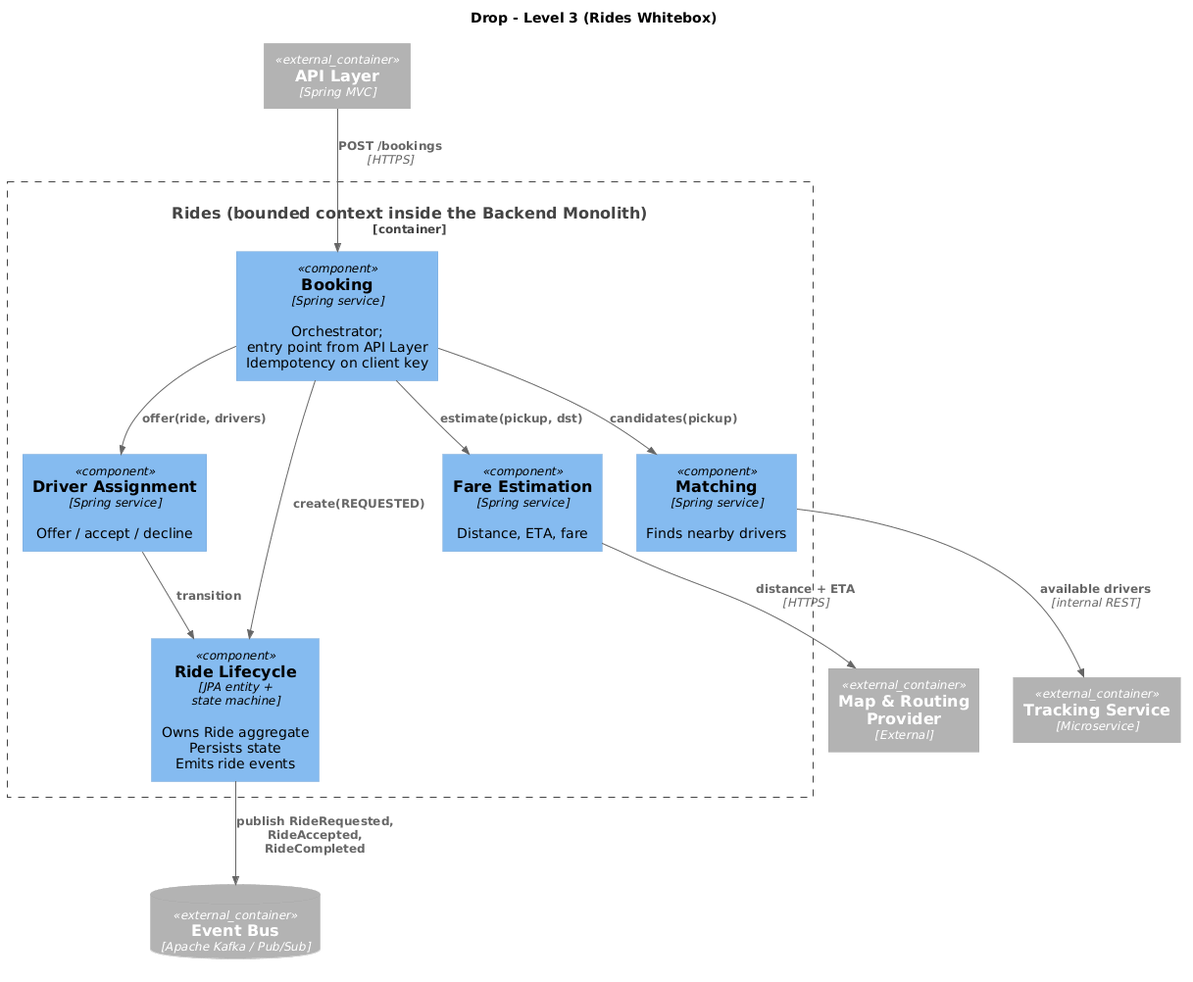
The PlantUML diagram EN/images/05_level3_rides.png in erionpolisi/rideshare-drop_arc42, before a commit.
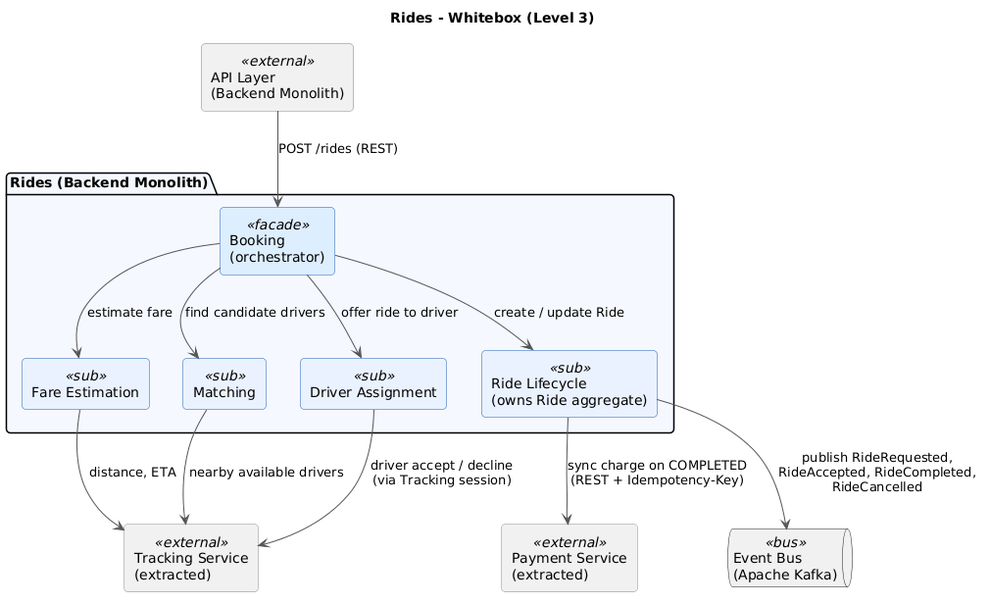
Later version of the same file.

Diff of the diagram source:
```diff
@@ -1,28 +1,49 @@
 @startuml
-!include https://raw.githubusercontent.com/plantuml-stdlib/C4-PlantUML/master/C4_Component.puml
+title Rides - Whitebox (Level 3)
 
-title Drop - Level 3 (Rides Whitebox)
-
-Container_Boundary(rides, "Rides (bounded context inside the Backend Monolith)") {
-  Component(booking,    "Booking",          "Spring service",   "Orchestrator;\nentry point from API Layer\nIdempotency on client key")
-  Component(fare,       "Fare Estimation",  "Spring service",   "Distance, ETA, fare")
-  Component(matching,   "Matching",         "Spring service",   "Finds nearby drivers")
-  Component(assignment, "Driver Assignment","Spring service",   "Offer / accept / decline")
-  Component(lifecycle,  "Ride Lifecycle",   "JPA entity +\nstate machine", "Owns Ride aggregate\nPersists state\nEmits ride events")
+skinparam shadowing false
+skinparam roundcorner 8
+skinparam componentStyle rectangle
+skinparam defaultFontName Helvetica
+skinparam ArrowColor #555555
+skinparam component {
+  BackgroundColor<<sub>>      #EAF2FF
+  BorderColor<<sub>>          #1F5FB2
+  BackgroundColor<<facade>>   #DDEEFF
+  BorderColor<<facade>>       #1F5FB2
+  BackgroundColor<<bus>>      #FFF4D6
+  BorderColor<<bus>>          #B58A00
+  BackgroundColor<<external>> #F1F1F1
+  BorderColor<<external>>     #888888
 }
 
-Container_Ext(api,      "API Layer",                "Spring MVC")
-Container_Ext(maps,     "Map & Routing Provider",   "External")
-Container_Ext(tracking, "Tracking Service",         "Microservice")
-ContainerDb_Ext(bus,    "Event Bus",                "Apache Kafka / Pub/Sub")
+component "API Layer\n(Backend Monolith)" as API <<external>>
+component "Tracking Service\n(extracted)" as TS  <<external>>
+component "Payment Service\n(extracted)"  as PS  <<external>>
+queue     "Event Bus\n(Apache Kafka)"     as EB  <<bus>>
 
-Rel(api,        booking,    "POST /bookings",        "HTTPS")
-Rel(booking,    fare,       "estimate(pickup, dst)")
-Rel(fare,       maps,       "distance + ETA",        "HTTPS")
-Rel(booking,    matching,   "candidates(pickup)")
-Rel(matching,   tracking,   "available drivers",     "internal REST")
-Rel(booking,    assignment, "offer(ride, drivers)")
-Rel(assignment, lifecycle,  "transition")
-Rel(booking,    lifecycle,  "create(REQUESTED)")
-Rel(lifecycle,  bus,        "publish RideRequested,\nRideAccepted, RideCompleted")
+package "Rides (Backend Monolith)" #F5F8FF {
+
+  component "Booking\n(orchestrator)"  as B   <<facade>>
+
+  component "Fare Estimation"          as FE  <<sub>>
+  component "Matching"                 as M   <<sub>>
+  component "Driver Assignment"        as DA  <<sub>>
+  component "Ride Lifecycle\n(owns Ride aggregate)" as RL <<sub>>
+}
+
+API --> B  : POST /rides (REST)
+
+B --> FE   : estimate fare
+B --> M    : find candidate drivers
+B --> DA   : offer ride to driver
+B --> RL   : create / update Ride
+
+FE --> TS  : distance, ETA
+M  --> TS  : nearby available drivers
+DA --> TS  : driver accept / decline\n(via Tracking session)
+
+RL --> PS  : sync charge on COMPLETED\n(REST + Idempotency-Key)
+
+RL --> EB  : publish RideRequested,\nRideAccepted, RideCompleted,\nRideCancelled
 @enduml
```
